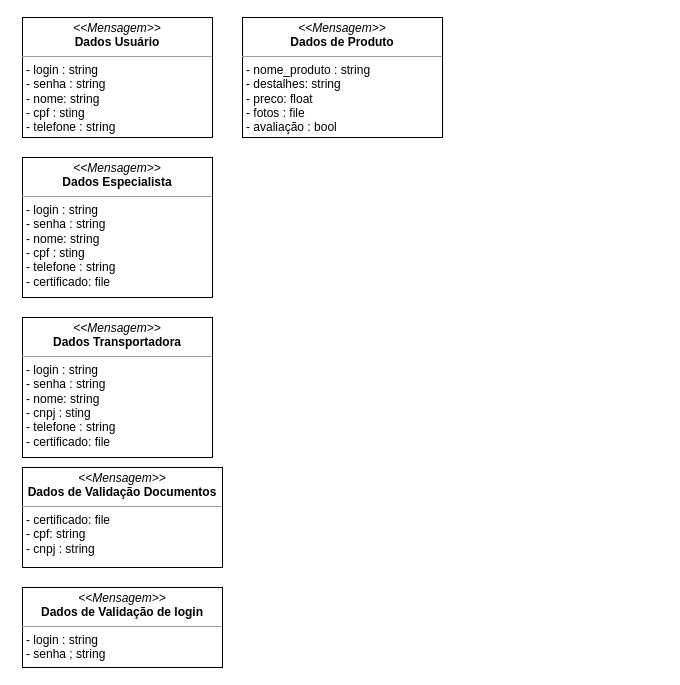
luca-moraes/projetoCorintoModelagem keeps this draw.io diagram as page "Mensagem" (1 of 2) of DEC/Diagrama sem nome.drawio. Above is the earlier version. Source tidied: cells renumbered, new cells numbered last; positions are measured from the earlier drawing's top-left corner, leaving out a move shared by most shapes. Both pictures are drawn from the tidied source at 100%, with x=0, y=0 at pixel (22, 17).
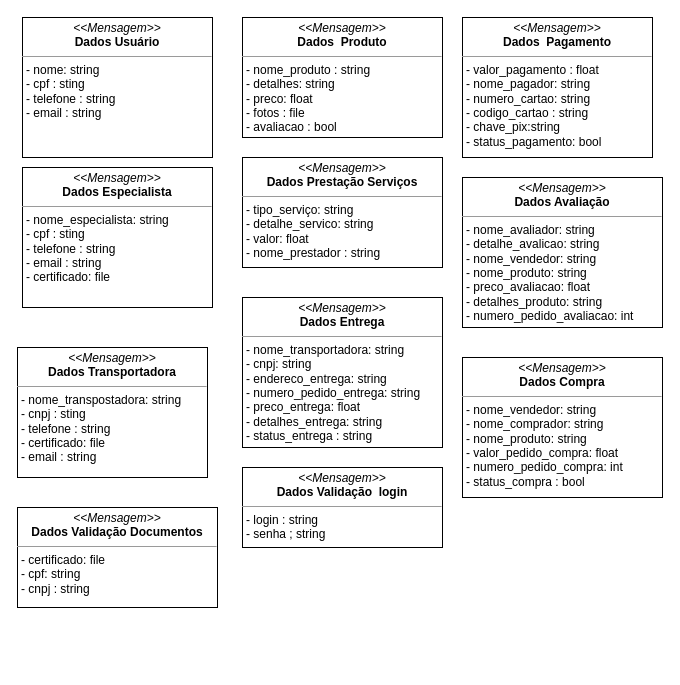
The same diagram, later.

Change to the diagram source:
```diff
@@
 <mxGraphModel>
   <root>
     <mxCell id="0" />
     <mxCell id="1" parent="0" />
-    <mxCell id="2" value="&lt;p style=&quot;margin:0px;margin-top:4px;text-align:center;&quot;&gt;&lt;i&gt;&amp;lt;&amp;lt;Mensagem&amp;gt;&amp;gt;&lt;/i&gt;&lt;br&gt;&lt;b&gt;Dados Usuário&lt;/b&gt;&lt;/p&gt;&lt;hr size=&quot;1&quot;&gt;&lt;p style=&quot;margin:0px;margin-left:4px;&quot;&gt;- login : string&lt;br&gt;- senha : string&lt;/p&gt;&lt;p style=&quot;margin:0px;margin-left:4px;&quot;&gt;- nome: string&lt;/p&gt;&lt;p style=&quot;margin:0px;margin-left:4px;&quot;&gt;- cpf : sting&lt;/p&gt;&lt;p style=&quot;margin:0px;margin-left:4px;&quot;&gt;- telefone : string&lt;/p&gt;&lt;p style=&quot;margin:0px;margin-left:4px;&quot;&gt;&lt;br&gt;&lt;/p&gt;" style="verticalAlign=top;align=left;overflow=fill;fontSize=12;fontFamily=Helvetica;html=1;whiteSpace=wrap;" parent="1" vertex="1">
-      <mxGeometry width="190" height="120" as="geometry" />
+    <mxCell id="2" value="&lt;p style=&quot;margin:0px;margin-top:4px;text-align:center;&quot;&gt;&lt;i&gt;&amp;lt;&amp;lt;Mensagem&amp;gt;&amp;gt;&lt;/i&gt;&lt;br&gt;&lt;b&gt;Dados Usuário&lt;/b&gt;&lt;/p&gt;&lt;hr size=&quot;1&quot;&gt;&lt;p style=&quot;margin:0px;margin-left:4px;&quot;&gt;&lt;span style=&quot;background-color: initial;&quot;&gt;- nome: string&lt;/span&gt;&lt;br&gt;&lt;/p&gt;&lt;p style=&quot;margin:0px;margin-left:4px;&quot;&gt;- cpf : sting&lt;/p&gt;&lt;p style=&quot;margin:0px;margin-left:4px;&quot;&gt;- telefone : string&lt;/p&gt;&lt;p style=&quot;margin:0px;margin-left:4px;&quot;&gt;- email : string&lt;/p&gt;" style="verticalAlign=top;align=left;overflow=fill;fontSize=12;fontFamily=Helvetica;html=1;whiteSpace=wrap;" parent="1" vertex="1">
+      <mxGeometry width="190" height="140" as="geometry" />
     </mxCell>
-    <mxCell id="3" value="&lt;p style=&quot;margin:0px;margin-top:4px;text-align:center;&quot;&gt;&lt;i&gt;&amp;lt;&amp;lt;Mensagem&amp;gt;&amp;gt;&lt;/i&gt;&lt;br&gt;&lt;b&gt;Dados Especialista&lt;/b&gt;&lt;/p&gt;&lt;hr size=&quot;1&quot;&gt;&lt;p style=&quot;margin:0px;margin-left:4px;&quot;&gt;- login : string&lt;br&gt;- senha : string&lt;/p&gt;&lt;p style=&quot;margin:0px;margin-left:4px;&quot;&gt;- nome: string&lt;/p&gt;&lt;p style=&quot;margin:0px;margin-left:4px;&quot;&gt;- cpf : sting&lt;/p&gt;&lt;p style=&quot;margin:0px;margin-left:4px;&quot;&gt;- telefone : string&lt;/p&gt;&lt;p style=&quot;margin:0px;margin-left:4px;&quot;&gt;- certificado: file&amp;nbsp;&lt;/p&gt;&lt;p style=&quot;margin:0px;margin-left:4px;&quot;&gt;&lt;br&gt;&lt;/p&gt;" style="verticalAlign=top;align=left;overflow=fill;fontSize=12;fontFamily=Helvetica;html=1;whiteSpace=wrap;" parent="1" vertex="1">
-      <mxGeometry y="140" width="190" height="140" as="geometry" />
+    <mxCell id="3" value="&lt;p style=&quot;margin:0px;margin-top:4px;text-align:center;&quot;&gt;&lt;i&gt;&amp;lt;&amp;lt;Mensagem&amp;gt;&amp;gt;&lt;/i&gt;&lt;br&gt;&lt;b&gt;Dados Especialista&lt;/b&gt;&lt;/p&gt;&lt;hr size=&quot;1&quot;&gt;&lt;p style=&quot;margin:0px;margin-left:4px;&quot;&gt;&lt;span style=&quot;background-color: initial;&quot;&gt;- nome_especialista: string&lt;/span&gt;&lt;br&gt;&lt;/p&gt;&lt;p style=&quot;margin:0px;margin-left:4px;&quot;&gt;- cpf : sting&lt;/p&gt;&lt;p style=&quot;margin:0px;margin-left:4px;&quot;&gt;- telefone : string&lt;/p&gt;&lt;p style=&quot;margin:0px;margin-left:4px;&quot;&gt;- email : string&lt;br&gt;&lt;/p&gt;&lt;p style=&quot;margin:0px;margin-left:4px;&quot;&gt;- certificado: file&amp;nbsp;&lt;/p&gt;&lt;p style=&quot;margin:0px;margin-left:4px;&quot;&gt;&lt;br&gt;&lt;/p&gt;" style="verticalAlign=top;align=left;overflow=fill;fontSize=12;fontFamily=Helvetica;html=1;whiteSpace=wrap;" parent="1" vertex="1">
+      <mxGeometry y="150" width="190" height="140" as="geometry" />
     </mxCell>
-    <mxCell id="4" value="&lt;p style=&quot;margin:0px;margin-top:4px;text-align:center;&quot;&gt;&lt;i&gt;&amp;lt;&amp;lt;Mensagem&amp;gt;&amp;gt;&lt;/i&gt;&lt;br&gt;&lt;b&gt;Dados Transportadora&lt;/b&gt;&lt;/p&gt;&lt;hr size=&quot;1&quot;&gt;&lt;p style=&quot;margin:0px;margin-left:4px;&quot;&gt;- login : string&lt;br&gt;- senha : string&lt;/p&gt;&lt;p style=&quot;margin:0px;margin-left:4px;&quot;&gt;- nome: string&lt;/p&gt;&lt;p style=&quot;margin:0px;margin-left:4px;&quot;&gt;- cnpj : sting&lt;/p&gt;&lt;p style=&quot;margin:0px;margin-left:4px;&quot;&gt;- telefone : string&lt;/p&gt;&lt;p style=&quot;border-color: var(--border-color); margin: 0px 0px 0px 4px;&quot;&gt;- certificado: file&amp;nbsp;&lt;/p&gt;&lt;p style=&quot;border-color: var(--border-color); margin: 0px 0px 0px 4px;&quot;&gt;&lt;br style=&quot;border-color: var(--border-color);&quot;&gt;&lt;/p&gt;" style="verticalAlign=top;align=left;overflow=fill;fontSize=12;fontFamily=Helvetica;html=1;whiteSpace=wrap;" parent="1" vertex="1">
-      <mxGeometry y="300" width="190" height="140" as="geometry" />
+    <mxCell id="4" value="&lt;p style=&quot;margin:0px;margin-top:4px;text-align:center;&quot;&gt;&lt;i&gt;&amp;lt;&amp;lt;Mensagem&amp;gt;&amp;gt;&lt;/i&gt;&lt;br&gt;&lt;b&gt;Dados Transportadora&lt;/b&gt;&lt;/p&gt;&lt;hr size=&quot;1&quot;&gt;&lt;p style=&quot;margin:0px;margin-left:4px;&quot;&gt;&lt;span style=&quot;background-color: initial;&quot;&gt;- nome_transpostadora: string&lt;/span&gt;&lt;br&gt;&lt;/p&gt;&lt;p style=&quot;margin:0px;margin-left:4px;&quot;&gt;- cnpj : sting&lt;/p&gt;&lt;p style=&quot;margin:0px;margin-left:4px;&quot;&gt;- telefone : string&lt;/p&gt;&lt;p style=&quot;border-color: var(--border-color); margin: 0px 0px 0px 4px;&quot;&gt;- certificado: file&amp;nbsp;&lt;/p&gt;&lt;p style=&quot;border-color: var(--border-color); margin: 0px 0px 0px 4px;&quot;&gt;- email : string&lt;br&gt;&lt;/p&gt;&lt;p style=&quot;border-color: var(--border-color); margin: 0px 0px 0px 4px;&quot;&gt;&lt;br style=&quot;border-color: var(--border-color);&quot;&gt;&lt;/p&gt;" style="verticalAlign=top;align=left;overflow=fill;fontSize=12;fontFamily=Helvetica;html=1;whiteSpace=wrap;" parent="1" vertex="1">
+      <mxGeometry x="-5" y="330" width="190" height="130" as="geometry" />
     </mxCell>
-    <mxCell id="5" value="&lt;p style=&quot;margin:0px;margin-top:4px;text-align:center;&quot;&gt;&lt;i&gt;&amp;lt;&amp;lt;Mensagem&amp;gt;&amp;gt;&lt;/i&gt;&lt;br&gt;&lt;b&gt;Dados de Validação Documentos&lt;/b&gt;&lt;/p&gt;&lt;hr size=&quot;1&quot;&gt;&lt;p style=&quot;margin:0px;margin-left:4px;&quot;&gt;- certificado: file&lt;/p&gt;&lt;p style=&quot;margin:0px;margin-left:4px;&quot;&gt;- cpf: string&lt;br&gt;&lt;/p&gt;&lt;p style=&quot;margin:0px;margin-left:4px;&quot;&gt;- cnpj : string&lt;/p&gt;" style="verticalAlign=top;align=left;overflow=fill;fontSize=12;fontFamily=Helvetica;html=1;whiteSpace=wrap;" parent="1" vertex="1">
-      <mxGeometry y="450" width="200" height="100" as="geometry" />
+    <mxCell id="5" value="&lt;p style=&quot;margin:0px;margin-top:4px;text-align:center;&quot;&gt;&lt;i&gt;&amp;lt;&amp;lt;Mensagem&amp;gt;&amp;gt;&lt;/i&gt;&lt;br&gt;&lt;b&gt;Dados Validação Documentos&lt;/b&gt;&lt;/p&gt;&lt;hr size=&quot;1&quot;&gt;&lt;p style=&quot;margin:0px;margin-left:4px;&quot;&gt;- certificado: file&lt;/p&gt;&lt;p style=&quot;margin:0px;margin-left:4px;&quot;&gt;- cpf: string&lt;br&gt;&lt;/p&gt;&lt;p style=&quot;margin:0px;margin-left:4px;&quot;&gt;- cnpj : string&lt;/p&gt;" style="verticalAlign=top;align=left;overflow=fill;fontSize=12;fontFamily=Helvetica;html=1;whiteSpace=wrap;" parent="1" vertex="1">
+      <mxGeometry x="-5" y="490" width="200" height="100" as="geometry" />
     </mxCell>
-    <mxCell id="6" value="&lt;p style=&quot;margin:0px;margin-top:4px;text-align:center;&quot;&gt;&lt;i&gt;&amp;lt;&amp;lt;Mensagem&amp;gt;&amp;gt;&lt;/i&gt;&lt;br&gt;&lt;b&gt;Dados de Validação de login&lt;/b&gt;&lt;/p&gt;&lt;hr size=&quot;1&quot;&gt;&lt;p style=&quot;margin:0px;margin-left:4px;&quot;&gt;- login : string&lt;/p&gt;&lt;p style=&quot;margin:0px;margin-left:4px;&quot;&gt;- senha ; string&lt;/p&gt;" style="verticalAlign=top;align=left;overflow=fill;fontSize=12;fontFamily=Helvetica;html=1;whiteSpace=wrap;" parent="1" vertex="1">
-      <mxGeometry y="570" width="200" height="80" as="geometry" />
+    <mxCell id="6" value="&lt;p style=&quot;margin:0px;margin-top:4px;text-align:center;&quot;&gt;&lt;i&gt;&amp;lt;&amp;lt;Mensagem&amp;gt;&amp;gt;&lt;/i&gt;&lt;br&gt;&lt;b&gt;Dados Validação&amp;nbsp; login&lt;/b&gt;&lt;/p&gt;&lt;hr size=&quot;1&quot;&gt;&lt;p style=&quot;margin:0px;margin-left:4px;&quot;&gt;- login : string&lt;/p&gt;&lt;p style=&quot;margin:0px;margin-left:4px;&quot;&gt;- senha ; string&lt;/p&gt;" style="verticalAlign=top;align=left;overflow=fill;fontSize=12;fontFamily=Helvetica;html=1;whiteSpace=wrap;" parent="1" vertex="1">
+      <mxGeometry x="220" y="450" width="200" height="80" as="geometry" />
     </mxCell>
-    <mxCell id="7" value="&lt;p style=&quot;margin:0px;margin-top:4px;text-align:center;&quot;&gt;&lt;i&gt;&amp;lt;&amp;lt;Mensagem&amp;gt;&amp;gt;&lt;/i&gt;&lt;br&gt;&lt;b&gt;Dados de Produto&lt;/b&gt;&lt;/p&gt;&lt;hr size=&quot;1&quot;&gt;&lt;p style=&quot;margin:0px;margin-left:4px;&quot;&gt;- nome_produto : string&lt;/p&gt;&lt;p style=&quot;margin:0px;margin-left:4px;&quot;&gt;- destalhes: string&lt;/p&gt;&lt;p style=&quot;margin:0px;margin-left:4px;&quot;&gt;- preco: float&lt;/p&gt;&lt;p style=&quot;margin:0px;margin-left:4px;&quot;&gt;- fotos : file&lt;/p&gt;&lt;p style=&quot;margin:0px;margin-left:4px;&quot;&gt;- avaliação : bool&lt;/p&gt;" style="verticalAlign=top;align=left;overflow=fill;fontSize=12;fontFamily=Helvetica;html=1;whiteSpace=wrap;" parent="1" vertex="1">
+    <mxCell id="7" value="&lt;p style=&quot;margin:0px;margin-top:4px;text-align:center;&quot;&gt;&lt;i&gt;&amp;lt;&amp;lt;Mensagem&amp;gt;&amp;gt;&lt;/i&gt;&lt;br&gt;&lt;b&gt;Dados&amp;nbsp; Produto&lt;/b&gt;&lt;/p&gt;&lt;hr size=&quot;1&quot;&gt;&lt;p style=&quot;margin:0px;margin-left:4px;&quot;&gt;- nome_produto : string&lt;/p&gt;&lt;p style=&quot;margin:0px;margin-left:4px;&quot;&gt;- detalhes: string&lt;/p&gt;&lt;p style=&quot;margin:0px;margin-left:4px;&quot;&gt;- preco: float&lt;/p&gt;&lt;p style=&quot;margin:0px;margin-left:4px;&quot;&gt;- fotos : file&lt;/p&gt;&lt;p style=&quot;margin:0px;margin-left:4px;&quot;&gt;- avaliacao : bool&lt;/p&gt;" style="verticalAlign=top;align=left;overflow=fill;fontSize=12;fontFamily=Helvetica;html=1;whiteSpace=wrap;" parent="1" vertex="1">
       <mxGeometry x="220" width="200" height="120" as="geometry" />
     </mxCell>
+    <mxCell id="8" value="&lt;p style=&quot;margin:0px;margin-top:4px;text-align:center;&quot;&gt;&lt;i&gt;&amp;lt;&amp;lt;Mensagem&amp;gt;&amp;gt;&lt;/i&gt;&lt;br&gt;&lt;b&gt;Dados Prestação Serviços&lt;/b&gt;&lt;/p&gt;&lt;hr size=&quot;1&quot;&gt;&lt;p style=&quot;margin:0px;margin-left:4px;&quot;&gt;- tipo_serviço: string&lt;/p&gt;&lt;p style=&quot;margin:0px;margin-left:4px;&quot;&gt;- detalhe_servico: string&lt;/p&gt;&lt;p style=&quot;margin:0px;margin-left:4px;&quot;&gt;- valor: float&lt;/p&gt;&lt;p style=&quot;margin:0px;margin-left:4px;&quot;&gt;- nome_prestador : string&lt;/p&gt;" style="verticalAlign=top;align=left;overflow=fill;fontSize=12;fontFamily=Helvetica;html=1;whiteSpace=wrap;" parent="1" vertex="1">
+      <mxGeometry x="220" y="140" width="200" height="110" as="geometry" />
+    </mxCell>
+    <mxCell id="9" value="&lt;p style=&quot;margin:0px;margin-top:4px;text-align:center;&quot;&gt;&lt;i&gt;&amp;lt;&amp;lt;Mensagem&amp;gt;&amp;gt;&lt;/i&gt;&lt;br&gt;&lt;b&gt;Dados Avaliação&lt;/b&gt;&lt;/p&gt;&lt;hr size=&quot;1&quot;&gt;&lt;p style=&quot;margin:0px;margin-left:4px;&quot;&gt;- nome_avaliador: string&lt;/p&gt;&lt;p style=&quot;margin:0px;margin-left:4px;&quot;&gt;- detalhe_avalicao: string&lt;/p&gt;&lt;p style=&quot;margin:0px;margin-left:4px;&quot;&gt;- nome_vendedor: string&lt;/p&gt;&lt;p style=&quot;margin:0px;margin-left:4px;&quot;&gt;- nome_produto: string&lt;/p&gt;&lt;p style=&quot;margin:0px;margin-left:4px;&quot;&gt;- preco_avaliacao: float&lt;/p&gt;&lt;p style=&quot;margin:0px;margin-left:4px;&quot;&gt;- detalhes_produto: string&lt;/p&gt;&lt;p style=&quot;margin:0px;margin-left:4px;&quot;&gt;- numero_pedido_avaliacao: int&lt;/p&gt;" style="verticalAlign=top;align=left;overflow=fill;fontSize=12;fontFamily=Helvetica;html=1;whiteSpace=wrap;" parent="1" vertex="1">
+      <mxGeometry x="440" y="160" width="200" height="150" as="geometry" />
+    </mxCell>
+    <mxCell id="10" value="&lt;p style=&quot;margin:0px;margin-top:4px;text-align:center;&quot;&gt;&lt;i&gt;&amp;lt;&amp;lt;Mensagem&amp;gt;&amp;gt;&lt;/i&gt;&lt;br&gt;&lt;b&gt;Dados Entrega&lt;/b&gt;&lt;/p&gt;&lt;hr size=&quot;1&quot;&gt;&lt;p style=&quot;margin:0px;margin-left:4px;&quot;&gt;- nome_transportadora: string&lt;/p&gt;&lt;p style=&quot;margin:0px;margin-left:4px;&quot;&gt;- cnpj: string&lt;/p&gt;&lt;p style=&quot;margin:0px;margin-left:4px;&quot;&gt;- endereco_entrega: string&lt;/p&gt;&lt;p style=&quot;margin:0px;margin-left:4px;&quot;&gt;- numero_pedido_entrega: string&lt;/p&gt;&lt;p style=&quot;margin:0px;margin-left:4px;&quot;&gt;- preco_entrega: float&lt;/p&gt;&lt;p style=&quot;margin:0px;margin-left:4px;&quot;&gt;- detalhes_entrega: string&lt;/p&gt;&lt;p style=&quot;margin:0px;margin-left:4px;&quot;&gt;- status_entrega : string&lt;/p&gt;" style="verticalAlign=top;align=left;overflow=fill;fontSize=12;fontFamily=Helvetica;html=1;whiteSpace=wrap;" parent="1" vertex="1">
+      <mxGeometry x="220" y="280" width="200" height="150" as="geometry" />
+    </mxCell>
+    <mxCell id="11" value="&lt;p style=&quot;margin:0px;margin-top:4px;text-align:center;&quot;&gt;&lt;i&gt;&amp;lt;&amp;lt;Mensagem&amp;gt;&amp;gt;&lt;/i&gt;&lt;br&gt;&lt;b&gt;Dados Compra&lt;/b&gt;&lt;/p&gt;&lt;hr size=&quot;1&quot;&gt;&lt;p style=&quot;margin:0px;margin-left:4px;&quot;&gt;- nome_vendedor: string&lt;/p&gt;&lt;p style=&quot;margin:0px;margin-left:4px;&quot;&gt;- nome_comprador: string&lt;/p&gt;&lt;p style=&quot;margin:0px;margin-left:4px;&quot;&gt;- nome_produto: string&lt;/p&gt;&lt;p style=&quot;margin:0px;margin-left:4px;&quot;&gt;- valor_pedido_compra: float&lt;/p&gt;&lt;p style=&quot;margin:0px;margin-left:4px;&quot;&gt;- numero_pedido_compra: int&lt;/p&gt;&lt;p style=&quot;margin:0px;margin-left:4px;&quot;&gt;- status_compra : bool&lt;/p&gt;&lt;p style=&quot;margin:0px;margin-left:4px;&quot;&gt;&lt;br&gt;&lt;/p&gt;" style="verticalAlign=top;align=left;overflow=fill;fontSize=12;fontFamily=Helvetica;html=1;whiteSpace=wrap;" parent="1" vertex="1">
+      <mxGeometry x="440" y="340" width="200" height="140" as="geometry" />
+    </mxCell>
+    <mxCell id="12" value="&lt;p style=&quot;margin:0px;margin-top:4px;text-align:center;&quot;&gt;&lt;i&gt;&amp;lt;&amp;lt;Mensagem&amp;gt;&amp;gt;&lt;/i&gt;&lt;br&gt;&lt;b&gt;Dados&amp;nbsp; Pagamento&lt;/b&gt;&lt;/p&gt;&lt;hr size=&quot;1&quot;&gt;&lt;p style=&quot;margin:0px;margin-left:4px;&quot;&gt;- valor_pagamento : float&lt;/p&gt;&lt;p style=&quot;margin:0px;margin-left:4px;&quot;&gt;- nome_pagador: string&lt;/p&gt;&lt;p style=&quot;margin:0px;margin-left:4px;&quot;&gt;- numero_cartao: string&lt;/p&gt;&lt;p style=&quot;margin:0px;margin-left:4px;&quot;&gt;- codigo_cartao : string&lt;/p&gt;&lt;p style=&quot;margin:0px;margin-left:4px;&quot;&gt;- chave_pix:string&lt;/p&gt;&lt;p style=&quot;margin:0px;margin-left:4px;&quot;&gt;- status_pagamento: bool&lt;/p&gt;" style="verticalAlign=top;align=left;overflow=fill;fontSize=12;fontFamily=Helvetica;html=1;whiteSpace=wrap;" parent="1" vertex="1">
+      <mxGeometry x="440" width="190" height="140" as="geometry" />
+    </mxCell>
   </root>
 </mxGraphModel>
```
